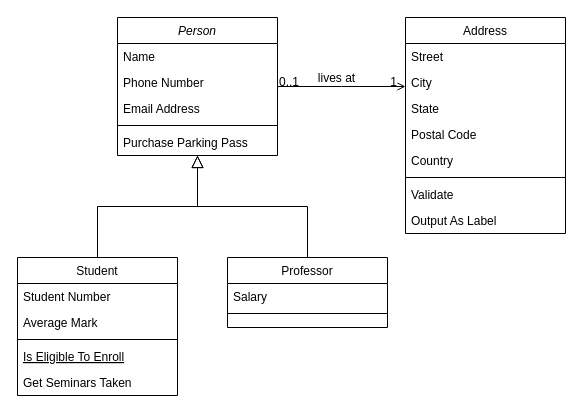
Above: Untitled Diagram.drawio in JoseFredes/vetlover (draw.io), before the change. Source tidied: cells renumbered, new cells numbered last; positions are measured from the earlier drawing's top-left corner, leaving out a move shared by most shapes. Both pictures are drawn from the tidied source at 100%, with x=0, y=0 at pixel (17, 17).
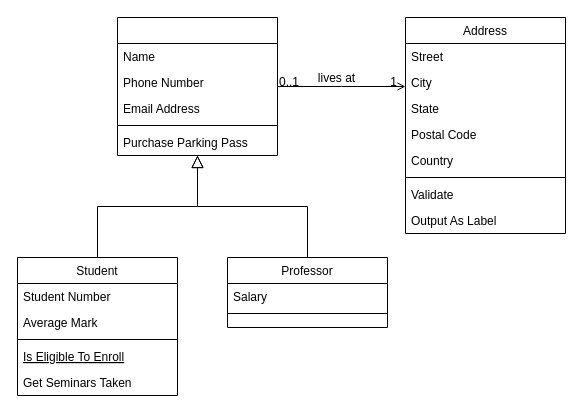
The same diagram, later.

Change to the diagram source:
```diff
@@
-    <mxCell id="2" value="Person" style="swimlane;fontStyle=2;align=center;verticalAlign=top;horizontal=1;startSize=26;rounded=0;shadow=0;strokeWidth=1;" parent="1" vertex="1">
+    <mxCell id="2" style="swimlane;fontStyle=2;align=center;verticalAlign=top;horizontal=1;startSize=26;rounded=0;shadow=0;strokeWidth=1;" parent="1" vertex="1">
       <mxGeometry x="100" width="160" height="138" as="geometry" />
     </mxCell>
```
